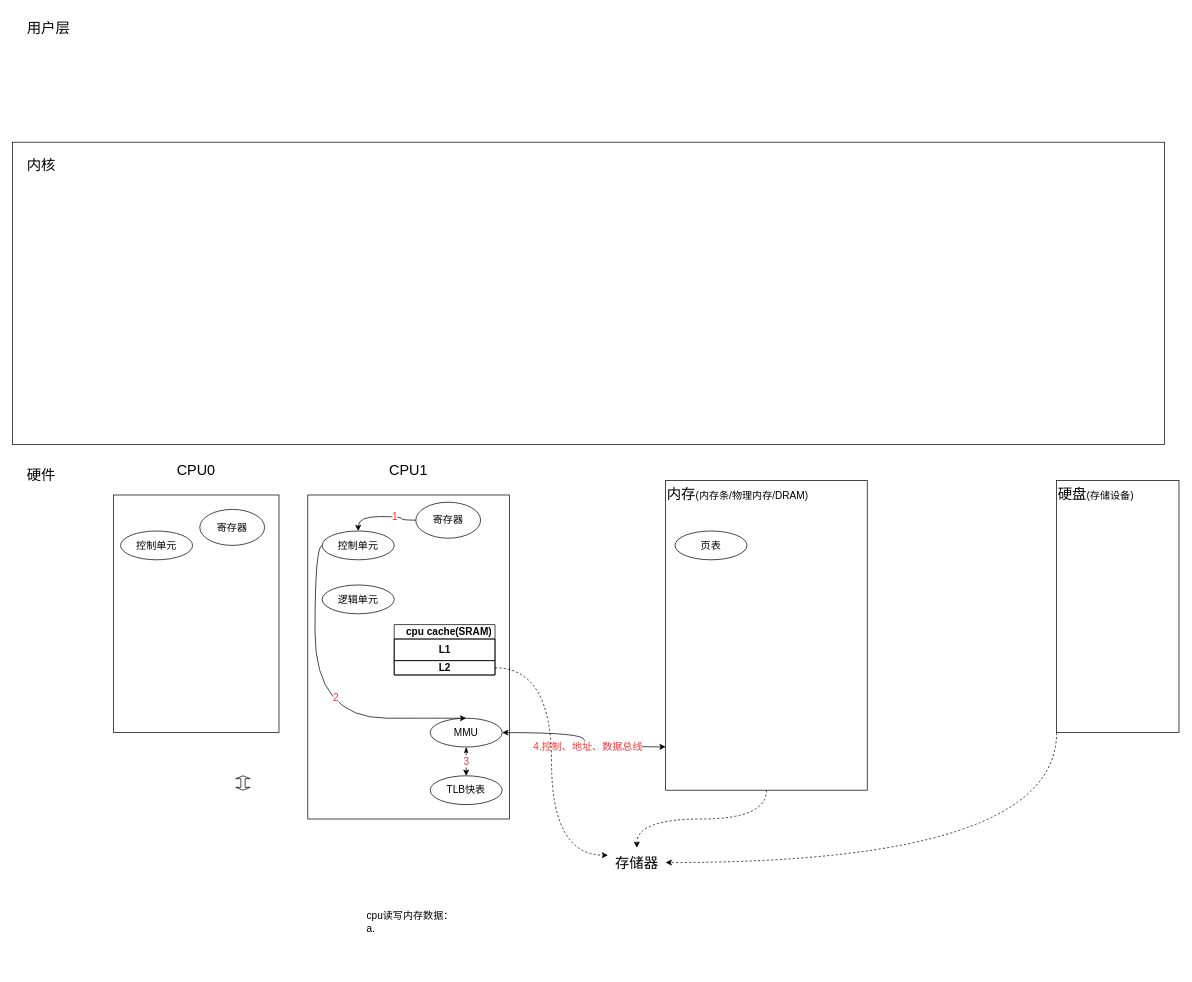
Before: gitsikills/Linux操作系统.drawio in x01030/gitRepository, a draw.io diagram. Source tidied: cells renumbered, new cells numbered last; positions are measured from the earlier drawing's top-left corner, leaving out a move shared by most shapes. Both pictures are drawn from the tidied source at 72%, with x=0, y=0 at pixel (12, 12).
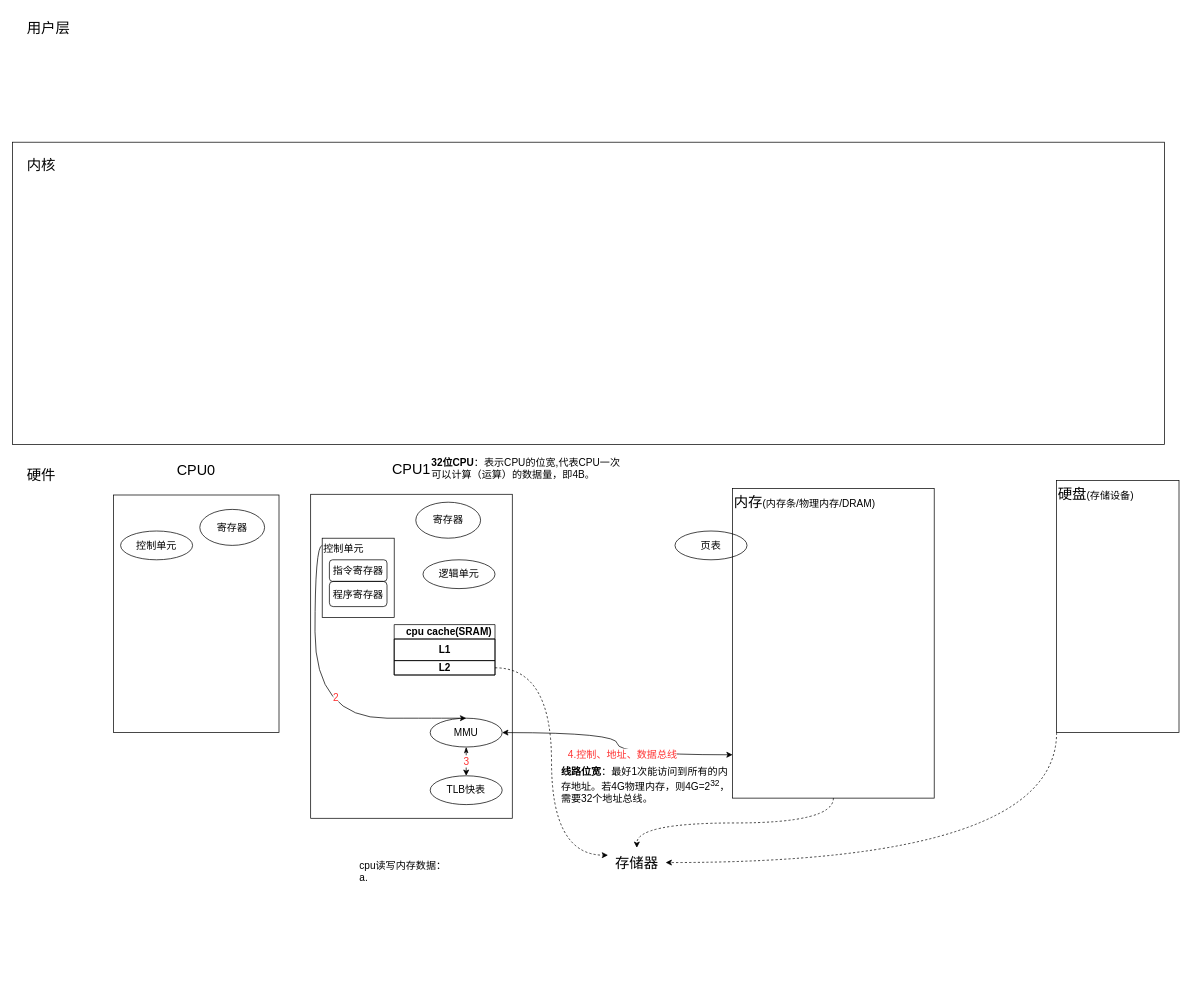
The same page after the edit.

Commit message:
更新Linux操作系统.drawio

Unchanged cells that the change refers to:
```xml
<mxCell id="12" value="寄存器" style="ellipse;whiteSpace=wrap;html=1;fontFamily=Helvetica;fontSize=14;fillColor=none;" parent="1" vertex="1">
  <mxGeometry x="560" y="680" width="90" height="50" as="geometry" />
</mxCell>
<mxCell id="28" value="MMU" style="ellipse;whiteSpace=wrap;html=1;fontFamily=Helvetica;fontSize=14;fillColor=none;" parent="1" vertex="1">
  <mxGeometry x="580" y="980" width="100" height="40" as="geometry" />
</mxCell>
```

Change to the diagram source:
```diff
@@
+    <mxCell id="9" value="&lt;p style=&quot;&quot;&gt;&lt;span style=&quot;background-color: initial;&quot;&gt;CPU1&lt;/span&gt;&lt;/p&gt;" style="rounded=0;whiteSpace=wrap;html=1;fontSize=20;fillColor=none;align=center;horizontal=1;fontFamily=Helvetica;flipH=0;flipV=1;labelPosition=center;verticalLabelPosition=top;verticalAlign=bottom;" parent="1" vertex="1">
+      <mxGeometry x="414" y="669" width="280" height="450" as="geometry" />
+    </mxCell>
@@
     <mxCell id="5" value="&lt;font style=&quot;font-size: 14px;&quot;&gt;cpu读写内存数据：&lt;br&gt;a.&lt;br&gt;&lt;/font&gt;" style="rounded=0;whiteSpace=wrap;html=1;strokeColor=none;fillColor=none;align=left;verticalAlign=top;" parent="1" vertex="1">
-      <mxGeometry x="490" y="1240" width="210" height="90" as="geometry" />
+      <mxGeometry x="480" y="1170" width="210" height="90" as="geometry" />
     </mxCell>
@@
-    <mxCell id="9" value="&lt;p style=&quot;&quot;&gt;&lt;span style=&quot;background-color: initial;&quot;&gt;CPU1&lt;/span&gt;&lt;/p&gt;" style="rounded=0;whiteSpace=wrap;html=1;fontSize=20;fillColor=none;align=center;horizontal=1;fontFamily=Helvetica;flipH=0;flipV=1;labelPosition=center;verticalLabelPosition=top;verticalAlign=bottom;" parent="1" vertex="1">
-      <mxGeometry x="410" y="670" width="280" height="450" as="geometry" />
-    </mxCell>
-    <mxCell id="10" style="edgeStyle=orthogonalEdgeStyle;curved=1;rounded=0;jettySize=auto;html=1;entryX=0.5;entryY=0;entryDx=0;entryDy=0;fontFamily=Helvetica;fontSize=14;fontColor=#FF3333;" parent="1" edge="1" source="12" target="15">
-      <mxGeometry relative="1" as="geometry" />
-    </mxCell>
-    <mxCell id="11" value="1" style="edgeLabel;html=1;align=center;verticalAlign=middle;fontSize=14;fontFamily=Helvetica;fontColor=#FF3333;" parent="10" vertex="1">
-      <mxGeometry x="-0.33" y="-1" relative="1" as="geometry" />
-    </mxCell>
@@
-    <mxCell id="13" style="edgeStyle=orthogonalEdgeStyle;curved=1;rounded=0;jettySize=auto;html=1;exitX=0;exitY=0.5;exitDx=0;exitDy=0;entryX=0.5;entryY=0;entryDx=0;entryDy=0;fontFamily=Helvetica;fontSize=14;fontColor=#FF3333;" parent="1" edge="1" source="15" target="28">
+    <mxCell id="13" style="edgeStyle=orthogonalEdgeStyle;curved=1;rounded=0;jettySize=auto;html=1;exitX=0;exitY=0.5;exitDx=0;exitDy=0;entryX=0.5;entryY=0;entryDx=0;entryDy=0;fontFamily=Helvetica;fontSize=14;fontColor=#FF3333;" parent="1" edge="1" target="28">
       <mxGeometry relative="1" as="geometry">
+        <mxPoint x="430" y="740" as="sourcePoint" />
         <Array as="points">
           <mxPoint x="420" y="740" />
           <mxPoint x="420" y="980" />
           <mxPoint x="620" y="980" />
         </Array>
       </mxGeometry>
     </mxCell>
@@
-    <mxCell id="15" value="控制单元" style="ellipse;whiteSpace=wrap;html=1;fontFamily=Helvetica;fontSize=14;fillColor=none;" parent="1" vertex="1">
-      <mxGeometry x="430" y="720" width="100" height="40" as="geometry" />
-    </mxCell>
     <mxCell id="16" value="逻辑单元" style="ellipse;whiteSpace=wrap;html=1;fontFamily=Helvetica;fontSize=14;fillColor=none;" parent="1" vertex="1">
-      <mxGeometry x="430" y="795" width="100" height="40" as="geometry" />
+      <mxGeometry x="570" y="760" width="100" height="40" as="geometry" />
     </mxCell>
@@
     <mxCell id="18" value="&lt;font style=&quot;font-size: 20px;&quot;&gt;内存&lt;/font&gt;&lt;font style=&quot;font-size: 14px;&quot;&gt;(内存条/物理内存/DRAM)&lt;/font&gt;" style="rounded=0;whiteSpace=wrap;html=1;fontFamily=Helvetica;fontSize=14;fillColor=none;align=left;verticalAlign=top;" parent="1" vertex="1">
-      <mxGeometry x="907" y="650" width="280" height="430" as="geometry" />
+      <mxGeometry x="1000" y="661" width="280" height="430" as="geometry" />
     </mxCell>
@@
-    <mxCell id="25" value="4.控制、地址、数据总线" style="edgeStyle=orthogonalEdgeStyle;curved=1;rounded=0;jettySize=auto;html=1;entryX=0;entryY=0.86;entryDx=0;entryDy=0;entryPerimeter=0;fontFamily=Helvetica;fontSize=14;fontColor=#FF3333;exitX=1;exitY=0.5;exitDx=0;exitDy=0;startArrow=classic;startFill=1;" parent="1" edge="1" source="28" target="18">
-      <mxGeometry x="0.13" relative="1" as="geometry" />
-    </mxCell>
@@
-    <mxCell id="32" style="shape=doubleArrow;direction=south;whiteSpace=wrap;html=1;fontFamily=Helvetica;fontSize=14;fontColor=#FF3333;fillColor=none;" parent="1" vertex="1">
-      <mxGeometry x="310" y="1060" width="20" height="20" as="geometry" />
-    </mxCell>
@@
+    <mxCell id="35" value="&lt;font style=&quot;font-size: 14px;&quot;&gt;&lt;b&gt;32位CPU&lt;/b&gt;：表示CPU的位宽,代表CPU一次可以计算（运算）的数据量，即4B。&lt;br&gt;&lt;br&gt;&lt;/font&gt;" style="rounded=0;whiteSpace=wrap;html=1;strokeColor=none;fillColor=none;align=left;verticalAlign=top;" parent="1" vertex="1">
+      <mxGeometry x="580" y="610" width="270" height="50" as="geometry" />
+    </mxCell>
+    <mxCell id="36" style="group;" parent="1" vertex="1">
+      <mxGeometry x="760" y="1040" width="240" height="60" as="geometry" />
+    </mxCell>
+    <mxCell id="37" style="group;" parent="36" vertex="1">
+      <mxGeometry width="240" height="60" as="geometry" />
+    </mxCell>
+    <mxCell id="38" style="group;" parent="37" vertex="1">
+      <mxGeometry width="240" height="60" as="geometry" />
+    </mxCell>
+    <mxCell id="25" value="4.控制、地址、数据总线" style="edgeStyle=orthogonalEdgeStyle;curved=1;rounded=0;jettySize=auto;html=1;entryX=0;entryY=0.86;entryDx=0;entryDy=0;entryPerimeter=0;fontFamily=Helvetica;fontSize=14;fontColor=#FF3333;exitX=1;exitY=0.5;exitDx=0;exitDy=0;startArrow=classic;startFill=1;" parent="38" edge="1" source="28" target="18">
+      <mxGeometry x="0.13" relative="1" as="geometry" />
+    </mxCell>
+    <mxCell id="39" value="&lt;font style=&quot;font-size: 14px;&quot;&gt;&lt;b&gt;线路位宽&lt;/b&gt;：最好1次能访问到所有的内存地址。若4G物理内存，则4G=2&lt;sup&gt;32&lt;/sup&gt;，需要32个地址总线。&lt;br&gt;&lt;/font&gt;" style="rounded=0;whiteSpace=wrap;html=1;strokeColor=none;fillColor=none;align=left;verticalAlign=top;" parent="38" vertex="1">
+      <mxGeometry width="240" height="60" as="geometry" />
+    </mxCell>
+    <mxCell id="40" style="group;" parent="1" vertex="1">
+      <mxGeometry x="430" y="730" width="250" height="400" as="geometry" />
+    </mxCell>
+    <mxCell id="41" value="指令寄存器" style="rounded=1;whiteSpace=wrap;html=1;fontFamily=Helvetica;fontSize=14;fontColor=#000000;fillColor=none;" parent="40" vertex="1">
+      <mxGeometry x="10" y="30" width="80" height="30" as="geometry" />
+    </mxCell>
+    <mxCell id="42" value="程序寄存器" style="rounded=1;whiteSpace=wrap;html=1;fontFamily=Helvetica;fontSize=14;fontColor=#000000;fillColor=none;" parent="40" vertex="1">
+      <mxGeometry x="10" y="60" width="80" height="35" as="geometry" />
+    </mxCell>
+    <mxCell id="15" value="控制单元" style="rounded=0;whiteSpace=wrap;html=1;fontFamily=Helvetica;fontSize=14;fontColor=#000000;fillColor=none;align=left;verticalAlign=top;" parent="40" vertex="1">
+      <mxGeometry width="100" height="110" as="geometry" />
+    </mxCell>
```
